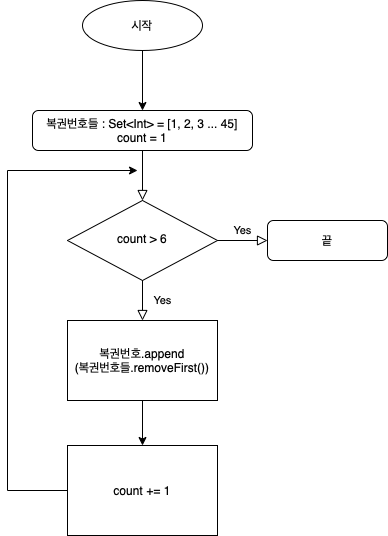
Earlier version of the draw.io export 복권번호 추출 순서도.png (yagom-academy/swift-starter-Round2). Source tidied: cells renumbered, new cells last; positions are measured from the earlier drawing's top-left corner, leaving out a move shared by most shapes. Source of this version:
```xml
<mxGraphModel>
  <root>
    <mxCell id="0" />
    <mxCell id="1" parent="0" />
    <mxCell id="2" style="rounded=0;html=1;jettySize=auto;fontSize=11;endArrow=block;endFill=0;endSize=8;strokeWidth=1;shadow=0;labelBackgroundColor=none;edgeStyle=orthogonalEdgeStyle;" parent="1" edge="1" source="3" target="6">
      <mxGeometry relative="1" as="geometry" />
    </mxCell>
    <mxCell id="3" value="복권번호들 : Set&amp;lt;Int&amp;gt; = [1, 2, 3 ... 45]&lt;br&gt;count = 1" style="rounded=1;whiteSpace=wrap;html=1;fontSize=12;glass=0;strokeWidth=1;shadow=0;" parent="1" vertex="1">
      <mxGeometry x="25" y="110" width="220" height="40" as="geometry" />
    </mxCell>
    <mxCell id="4" value="Yes" style="rounded=0;html=1;jettySize=auto;fontSize=11;endArrow=block;endFill=0;endSize=8;strokeWidth=1;shadow=0;labelBackgroundColor=none;edgeStyle=orthogonalEdgeStyle;" parent="1" edge="1" source="6">
      <mxGeometry y="20" relative="1" as="geometry">
        <mxPoint x="135" y="320" as="targetPoint" />
      </mxGeometry>
    </mxCell>
    <mxCell id="5" value="Yes" style="edgeStyle=orthogonalEdgeStyle;rounded=0;html=1;jettySize=auto;fontSize=11;endArrow=block;endFill=0;endSize=8;strokeWidth=1;shadow=0;labelBackgroundColor=none;" parent="1" edge="1" source="6" target="7">
      <mxGeometry y="10" relative="1" as="geometry" />
    </mxCell>
    <mxCell id="6" value="count &amp;gt; 6" style="rhombus;whiteSpace=wrap;html=1;shadow=0;fontFamily=Helvetica;fontSize=12;align=center;strokeWidth=1;spacing=6;spacingTop=-4;" parent="1" vertex="1">
      <mxGeometry x="60" y="200" width="150" height="80" as="geometry" />
    </mxCell>
    <mxCell id="7" value="끝" style="rounded=1;whiteSpace=wrap;html=1;fontSize=12;glass=0;strokeWidth=1;shadow=0;" parent="1" vertex="1">
      <mxGeometry x="260" y="220" width="120" height="40" as="geometry" />
    </mxCell>
    <mxCell id="8" value="시작" style="ellipse;whiteSpace=wrap;html=1;" parent="1" vertex="1">
      <mxGeometry x="75" width="120" height="50" as="geometry" />
    </mxCell>
    <mxCell id="9" style="endArrow=classic;html=1;rounded=0;exitX=0.5;exitY=1;exitDx=0;exitDy=0;entryX=0.5;entryY=0;entryDx=0;entryDy=0;" parent="1" edge="1" source="8" target="3">
      <mxGeometry relative="1" as="geometry" />
    </mxCell>
    <mxCell id="10" value="복권번호.append&lt;br&gt;(복권번호들.removeFirst())" style="rounded=0;whiteSpace=wrap;html=1;" parent="1" vertex="1">
      <mxGeometry x="60" y="320" width="150" height="80" as="geometry" />
    </mxCell>
    <mxCell id="11" value="count += 1" style="rounded=0;whiteSpace=wrap;html=1;" parent="1" vertex="1">
      <mxGeometry x="60" y="445" width="150" height="90" as="geometry" />
    </mxCell>
    <mxCell id="12" style="endArrow=classic;html=1;rounded=0;exitX=0.5;exitY=1;exitDx=0;exitDy=0;entryX=0.5;entryY=0;entryDx=0;entryDy=0;" parent="1" edge="1" source="10" target="11">
      <mxGeometry relative="1" as="geometry" />
    </mxCell>
    <mxCell id="13" style="endArrow=none;html=1;rounded=0;exitX=0;exitY=0.5;exitDx=0;exitDy=0;" parent="1" edge="1" source="11">
      <mxGeometry relative="1" as="geometry">
        <mxPoint y="490" as="targetPoint" />
      </mxGeometry>
    </mxCell>
    <mxCell id="14" style="endArrow=none;html=1;rounded=0;" parent="1" edge="1">
      <mxGeometry relative="1" as="geometry">
        <mxPoint y="490" as="sourcePoint" />
        <mxPoint y="170" as="targetPoint" />
      </mxGeometry>
    </mxCell>
    <mxCell id="15" style="endArrow=classic;html=1;rounded=0;" parent="1" edge="1">
      <mxGeometry relative="1" as="geometry">
        <mxPoint y="170" as="sourcePoint" />
        <mxPoint x="130" y="170" as="targetPoint" />
      </mxGeometry>
    </mxCell>
  </root>
</mxGraphModel>
```
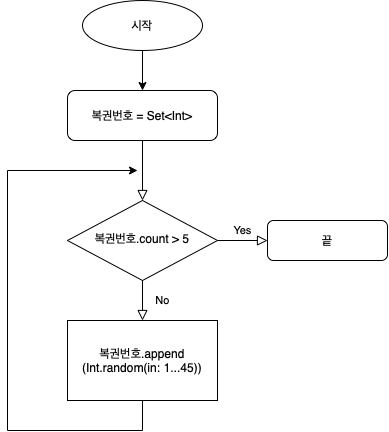
Above is the later version.

Diff of the diagram source:
```diff
@@ -5,10 +5,10 @@
     <mxCell id="2" style="rounded=0;html=1;jettySize=auto;fontSize=11;endArrow=block;endFill=0;endSize=8;strokeWidth=1;shadow=0;labelBackgroundColor=none;edgeStyle=orthogonalEdgeStyle;" parent="1" edge="1" source="3" target="6">
       <mxGeometry relative="1" as="geometry" />
     </mxCell>
-    <mxCell id="3" value="복권번호들 : Set&amp;lt;Int&amp;gt; = [1, 2, 3 ... 45]&lt;br&gt;count = 1" style="rounded=1;whiteSpace=wrap;html=1;fontSize=12;glass=0;strokeWidth=1;shadow=0;" parent="1" vertex="1">
-      <mxGeometry x="25" y="110" width="220" height="40" as="geometry" />
+    <mxCell id="3" value="복권번호 = Set&amp;lt;Int&amp;gt;" style="rounded=1;whiteSpace=wrap;html=1;fontSize=12;glass=0;strokeWidth=1;shadow=0;" parent="1" vertex="1">
+      <mxGeometry x="60" y="90" width="150" height="50" as="geometry" />
     </mxCell>
-    <mxCell id="4" value="Yes" style="rounded=0;html=1;jettySize=auto;fontSize=11;endArrow=block;endFill=0;endSize=8;strokeWidth=1;shadow=0;labelBackgroundColor=none;edgeStyle=orthogonalEdgeStyle;" parent="1" edge="1" source="6">
+    <mxCell id="4" value="No" style="rounded=0;html=1;jettySize=auto;fontSize=11;endArrow=block;endFill=0;endSize=8;strokeWidth=1;shadow=0;labelBackgroundColor=none;edgeStyle=orthogonalEdgeStyle;" parent="1" edge="1" source="6">
       <mxGeometry y="20" relative="1" as="geometry">
         <mxPoint x="135" y="320" as="targetPoint" />
       </mxGeometry>
@@ -16,7 +16,7 @@
     <mxCell id="5" value="Yes" style="edgeStyle=orthogonalEdgeStyle;rounded=0;html=1;jettySize=auto;fontSize=11;endArrow=block;endFill=0;endSize=8;strokeWidth=1;shadow=0;labelBackgroundColor=none;" parent="1" edge="1" source="6" target="7">
       <mxGeometry y="10" relative="1" as="geometry" />
     </mxCell>
-    <mxCell id="6" value="count &amp;gt; 6" style="rhombus;whiteSpace=wrap;html=1;shadow=0;fontFamily=Helvetica;fontSize=12;align=center;strokeWidth=1;spacing=6;spacingTop=-4;" parent="1" vertex="1">
+    <mxCell id="6" value="복권번호.count &amp;gt; 5" style="rhombus;whiteSpace=wrap;html=1;shadow=0;fontFamily=Helvetica;fontSize=12;align=center;strokeWidth=1;spacing=6;spacingTop=-4;" parent="1" vertex="1">
       <mxGeometry x="60" y="200" width="150" height="80" as="geometry" />
     </mxCell>
     <mxCell id="7" value="끝" style="rounded=1;whiteSpace=wrap;html=1;fontSize=12;glass=0;strokeWidth=1;shadow=0;" parent="1" vertex="1">
@@ -28,23 +28,18 @@
     <mxCell id="9" style="endArrow=classic;html=1;rounded=0;exitX=0.5;exitY=1;exitDx=0;exitDy=0;entryX=0.5;entryY=0;entryDx=0;entryDy=0;" parent="1" edge="1" source="8" target="3">
       <mxGeometry relative="1" as="geometry" />
     </mxCell>
-    <mxCell id="10" value="복권번호.append&lt;br&gt;(복권번호들.removeFirst())" style="rounded=0;whiteSpace=wrap;html=1;" parent="1" vertex="1">
+    <mxCell id="10" value="복권번호.append&lt;br&gt;(Int.random(in: 1...45))" style="rounded=0;whiteSpace=wrap;html=1;" parent="1" vertex="1">
       <mxGeometry x="60" y="320" width="150" height="80" as="geometry" />
     </mxCell>
-    <mxCell id="11" value="count += 1" style="rounded=0;whiteSpace=wrap;html=1;" parent="1" vertex="1">
-      <mxGeometry x="60" y="445" width="150" height="90" as="geometry" />
-    </mxCell>
-    <mxCell id="12" style="endArrow=classic;html=1;rounded=0;exitX=0.5;exitY=1;exitDx=0;exitDy=0;entryX=0.5;entryY=0;entryDx=0;entryDy=0;" parent="1" edge="1" source="10" target="11">
-      <mxGeometry relative="1" as="geometry" />
-    </mxCell>
-    <mxCell id="13" style="endArrow=none;html=1;rounded=0;exitX=0;exitY=0.5;exitDx=0;exitDy=0;" parent="1" edge="1" source="11">
+    <mxCell id="13" style="endArrow=none;html=1;rounded=0;exitX=0;exitY=0.5;exitDx=0;exitDy=0;" parent="1" edge="1">
       <mxGeometry relative="1" as="geometry">
-        <mxPoint y="490" as="targetPoint" />
+        <mxPoint x="135" y="430" as="sourcePoint" />
+        <mxPoint y="430" as="targetPoint" />
       </mxGeometry>
     </mxCell>
     <mxCell id="14" style="endArrow=none;html=1;rounded=0;" parent="1" edge="1">
       <mxGeometry relative="1" as="geometry">
-        <mxPoint y="490" as="sourcePoint" />
+        <mxPoint y="430" as="sourcePoint" />
         <mxPoint y="170" as="targetPoint" />
       </mxGeometry>
     </mxCell>
@@ -54,5 +49,10 @@
         <mxPoint x="130" y="170" as="targetPoint" />
       </mxGeometry>
     </mxCell>
+    <mxCell id="16" style="endArrow=none;html=1;rounded=0;entryX=0.5;entryY=1;entryDx=0;entryDy=0;" parent="1" edge="1" target="10">
+      <mxGeometry relative="1" as="geometry">
+        <mxPoint x="135" y="430" as="sourcePoint" />
+      </mxGeometry>
+    </mxCell>
   </root>
 </mxGraphModel>
```
